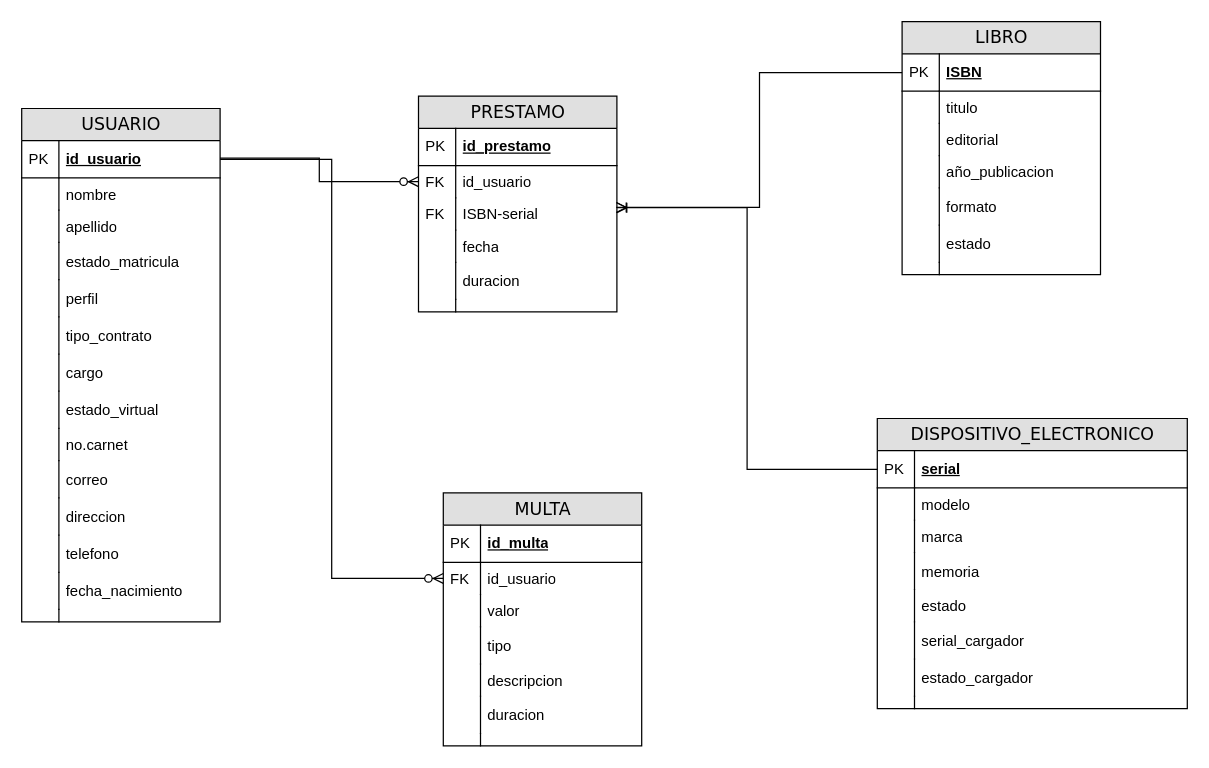
Djaiber/Database-Basis keeps this draw.io diagram as university library management system.drawio. Above is the earlier version. Source tidied: cells renumbered, new cells numbered last; positions are measured from the earlier drawing's top-left corner, leaving out a move shared by most shapes. Both pictures are drawn from the tidied source at 124%, with x=0, y=0 at pixel (21, 21).
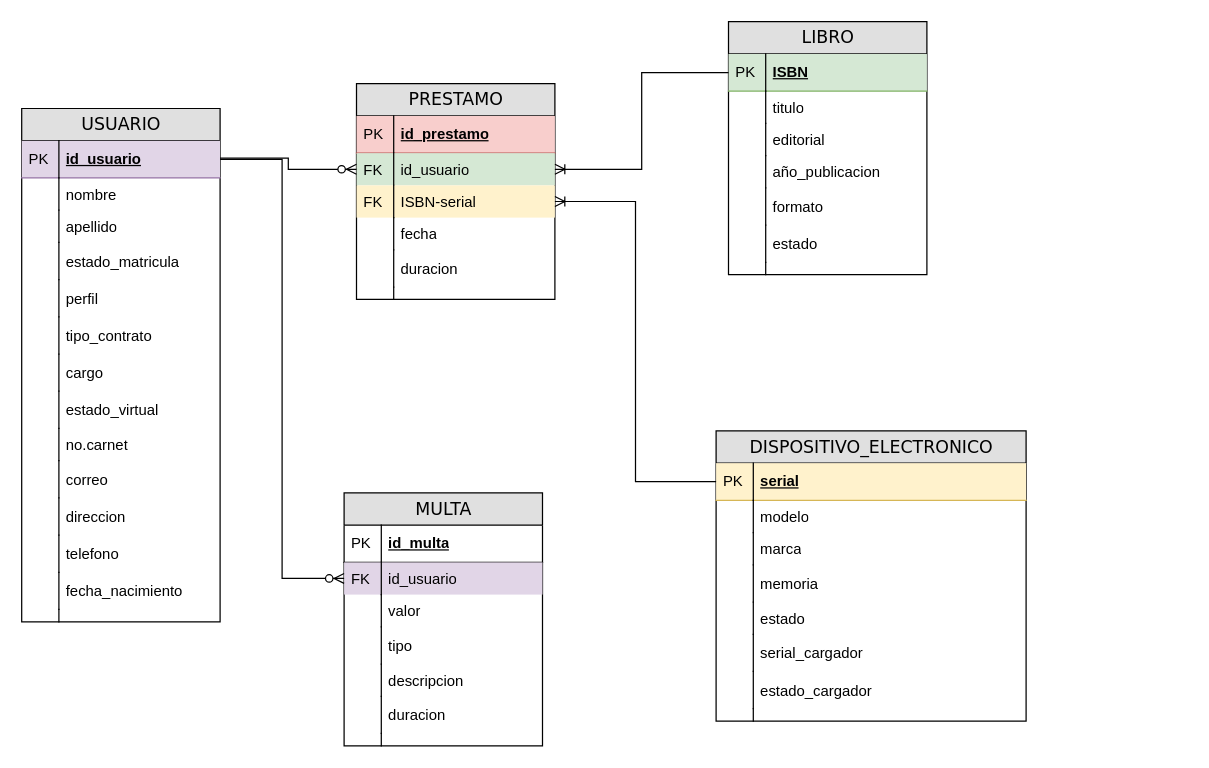
After the change.

Unchanged cells that the change refers to:
```xml
<mxCell id="30" value="USUARIO" style="swimlane;html=1;fontStyle=0;horizontal=1;startSize=26;fillColor=#e0e0e0;swimlaneFillColor=#ffffff;align=center;rounded=0;shadow=0;comic=0;labelBackgroundColor=none;strokeWidth=1;fontFamily=Verdana;fontSize=14;" parent="1" vertex="1">
  <mxGeometry y="70" width="160" height="414" as="geometry" />
</mxCell>
```

The edit, as a diff of the source:
```diff
@@
     <mxCell id="2" value="PRESTAMO" style="swimlane;html=1;fontStyle=0;horizontal=1;startSize=26;fillColor=#e0e0e0;swimlaneFillColor=#ffffff;align=center;rounded=0;shadow=0;comic=0;labelBackgroundColor=none;strokeWidth=1;fontFamily=Verdana;fontSize=14;swimlaneLine=1;" parent="1" vertex="1">
-      <mxGeometry x="320" y="60" width="160" height="174" as="geometry" />
+      <mxGeometry x="270" y="50" width="160" height="174" as="geometry" />
     </mxCell>
-    <mxCell id="3" value="id_prestamo" style="shape=partialRectangle;top=0;left=0;right=0;bottom=1;html=1;align=left;verticalAlign=middle;fillColor=none;spacingLeft=34;spacingRight=4;whiteSpace=wrap;overflow=hidden;fontStyle=5;" parent="2" vertex="1">
+    <mxCell id="3" value="id_prestamo" style="shape=partialRectangle;top=0;left=0;right=0;bottom=1;html=1;align=left;verticalAlign=middle;fillColor=#f8cecc;spacingLeft=34;spacingRight=4;whiteSpace=wrap;overflow=hidden;fontStyle=5;strokeColor=#b85450;" parent="2" vertex="1">
       <mxGeometry y="26" width="160" height="30" as="geometry" />
     </mxCell>
@@
-    <mxCell id="5" value="id_usuario" style="shape=partialRectangle;top=0;left=0;right=0;bottom=0;html=1;align=left;verticalAlign=top;fillColor=none;spacingLeft=34;spacingRight=4;whiteSpace=wrap;overflow=hidden;points=[[0,0.5],[1,0.5]];portConstraint=eastwest;" parent="2" vertex="1">
+    <mxCell id="5" value="id_usuario" style="shape=partialRectangle;top=0;left=0;right=0;bottom=0;html=1;align=left;verticalAlign=top;fillColor=#d5e8d4;spacingLeft=34;spacingRight=4;whiteSpace=wrap;overflow=hidden;points=[[0,0.5],[1,0.5]];portConstraint=eastwest;strokeColor=#82b366;" parent="2" vertex="1">
       <mxGeometry y="56" width="160" height="26" as="geometry" />
     </mxCell>
@@
-    <mxCell id="7" value="ISBN-serial" style="shape=partialRectangle;top=0;left=0;right=0;bottom=0;html=1;align=left;verticalAlign=top;fillColor=none;spacingLeft=34;spacingRight=4;whiteSpace=wrap;overflow=hidden;points=[[0,0.5],[1,0.5]];portConstraint=eastwest;" parent="2" vertex="1">
+    <mxCell id="7" value="ISBN-serial" style="shape=partialRectangle;top=0;left=0;right=0;bottom=0;html=1;align=left;verticalAlign=top;fillColor=#fff2cc;spacingLeft=34;spacingRight=4;whiteSpace=wrap;overflow=hidden;points=[[0,0.5],[1,0.5]];portConstraint=eastwest;strokeColor=#d6b656;" parent="2" vertex="1">
       <mxGeometry y="82" width="160" height="26" as="geometry" />
     </mxCell>
@@
     <mxCell id="15" value="LIBRO" style="swimlane;html=1;fontStyle=0;horizontal=1;startSize=26;fillColor=#e0e0e0;swimlaneFillColor=#ffffff;align=center;rounded=0;shadow=0;comic=0;labelBackgroundColor=none;strokeWidth=1;fontFamily=Verdana;fontSize=14;" parent="1" vertex="1">
-      <mxGeometry x="710" width="160" height="204" as="geometry" />
+      <mxGeometry x="570" width="160" height="204" as="geometry" />
     </mxCell>
-    <mxCell id="16" value="ISBN" style="shape=partialRectangle;top=0;left=0;right=0;bottom=1;html=1;align=left;verticalAlign=middle;fillColor=none;spacingLeft=34;spacingRight=4;whiteSpace=wrap;overflow=hidden;points=[[0,0.5],[1,0.5]];portConstraint=eastwest;fontStyle=5;" parent="15" vertex="1">
+    <mxCell id="16" value="ISBN" style="shape=partialRectangle;top=0;left=0;right=0;bottom=1;html=1;align=left;verticalAlign=middle;fillColor=#d5e8d4;spacingLeft=34;spacingRight=4;whiteSpace=wrap;overflow=hidden;points=[[0,0.5],[1,0.5]];portConstraint=eastwest;fontStyle=5;strokeColor=#82b366;" parent="15" vertex="1">
       <mxGeometry y="26" width="160" height="30" as="geometry" />
     </mxCell>
@@
-    <mxCell id="31" value="id_usuario" style="shape=partialRectangle;top=0;left=0;right=0;bottom=1;html=1;align=left;verticalAlign=middle;fillColor=none;spacingLeft=34;spacingRight=4;whiteSpace=wrap;overflow=hidden;points=[[0,0.5],[1,0.5]];portConstraint=eastwest;fontStyle=5;" parent="30" vertex="1">
+    <mxCell id="31" value="id_usuario" style="shape=partialRectangle;top=0;left=0;right=0;bottom=1;html=1;align=left;verticalAlign=middle;fillColor=#e1d5e7;spacingLeft=34;spacingRight=4;whiteSpace=wrap;overflow=hidden;points=[[0,0.5],[1,0.5]];portConstraint=eastwest;fontStyle=5;strokeColor=#9673a6;" parent="30" vertex="1">
       <mxGeometry y="26" width="160" height="30" as="geometry" />
     </mxCell>
@@
     <mxCell id="59" value="DISPOSITIVO_ELECTRONICO" style="swimlane;html=1;fontStyle=0;horizontal=1;startSize=26;fillColor=#e0e0e0;swimlaneFillColor=#ffffff;align=center;rounded=0;shadow=0;comic=0;labelBackgroundColor=none;strokeWidth=1;fontFamily=Verdana;fontSize=14;" parent="1" vertex="1">
-      <mxGeometry x="690" y="320" width="250" height="234" as="geometry" />
+      <mxGeometry x="560" y="330" width="250" height="234" as="geometry" />
     </mxCell>
-    <mxCell id="60" value="serial" style="shape=partialRectangle;top=0;left=0;right=0;bottom=1;html=1;align=left;verticalAlign=middle;fillColor=none;spacingLeft=34;spacingRight=4;whiteSpace=wrap;overflow=hidden;points=[[0,0.5],[1,0.5]];portConstraint=eastwest;fontStyle=5;" parent="59" vertex="1">
+    <mxCell id="60" value="serial" style="shape=partialRectangle;top=0;left=0;right=0;bottom=1;html=1;align=left;verticalAlign=middle;fillColor=#fff2cc;spacingLeft=34;spacingRight=4;whiteSpace=wrap;overflow=hidden;points=[[0,0.5],[1,0.5]];portConstraint=eastwest;fontStyle=5;strokeColor=#d6b656;" parent="59" vertex="1">
       <mxGeometry y="26" width="250" height="30" as="geometry" />
     </mxCell>
@@
     <mxCell id="76" value="MULTA" style="swimlane;html=1;fontStyle=0;horizontal=1;startSize=26;fillColor=#e0e0e0;swimlaneFillColor=#ffffff;align=center;rounded=0;shadow=0;comic=0;labelBackgroundColor=none;strokeWidth=1;fontFamily=Verdana;fontSize=14;" parent="1" vertex="1">
-      <mxGeometry x="340" y="380" width="160" height="204" as="geometry" />
+      <mxGeometry x="260" y="380" width="160" height="204" as="geometry" />
     </mxCell>
@@
-    <mxCell id="79" value="id_usuario" style="shape=partialRectangle;top=0;left=0;right=0;bottom=0;html=1;align=left;verticalAlign=top;fillColor=none;spacingLeft=34;spacingRight=4;whiteSpace=wrap;overflow=hidden;points=[[0,0.5],[1,0.5]];portConstraint=eastwest;" parent="76" vertex="1">
+    <mxCell id="79" value="id_usuario" style="shape=partialRectangle;top=0;left=0;right=0;bottom=0;html=1;align=left;verticalAlign=top;fillColor=#e1d5e7;spacingLeft=34;spacingRight=4;whiteSpace=wrap;overflow=hidden;points=[[0,0.5],[1,0.5]];portConstraint=eastwest;strokeColor=#9673a6;" parent="76" vertex="1">
       <mxGeometry y="56" width="160" height="26" as="geometry" />
     </mxCell>
@@
-    <mxCell id="92" style="edgeStyle=orthogonalEdgeStyle;fontSize=12;html=1;endArrow=ERoneToMany;rounded=0;exitX=0;exitY=0.5;exitDx=0;exitDy=0;entryX=0.997;entryY=0.301;entryDx=0;entryDy=0;entryPerimeter=0;" parent="1" edge="1" source="16" target="7">
+    <mxCell id="92" style="edgeStyle=orthogonalEdgeStyle;fontSize=12;html=1;endArrow=ERoneToMany;rounded=0;exitX=0;exitY=0.5;exitDx=0;exitDy=0;entryX=1;entryY=0.5;entryDx=0;entryDy=0;" parent="1" edge="1" source="16" target="5">
       <mxGeometry relative="1" as="geometry" />
     </mxCell>
-    <mxCell id="93" style="edgeStyle=elbowEdgeStyle;fontSize=12;html=1;endArrow=ERoneToMany;rounded=0;exitX=0;exitY=0.5;exitDx=0;exitDy=0;" parent="1" edge="1" source="60">
-      <mxGeometry relative="1" as="geometry">
-        <mxPoint x="480" y="150" as="targetPoint" />
-      </mxGeometry>
+    <mxCell id="93" style="edgeStyle=elbowEdgeStyle;fontSize=12;html=1;endArrow=ERoneToMany;rounded=0;exitX=0;exitY=0.5;exitDx=0;exitDy=0;entryX=1;entryY=0.5;entryDx=0;entryDy=0;" parent="1" edge="1" source="60" target="7">
+      <mxGeometry relative="1" as="geometry" />
     </mxCell>
```
